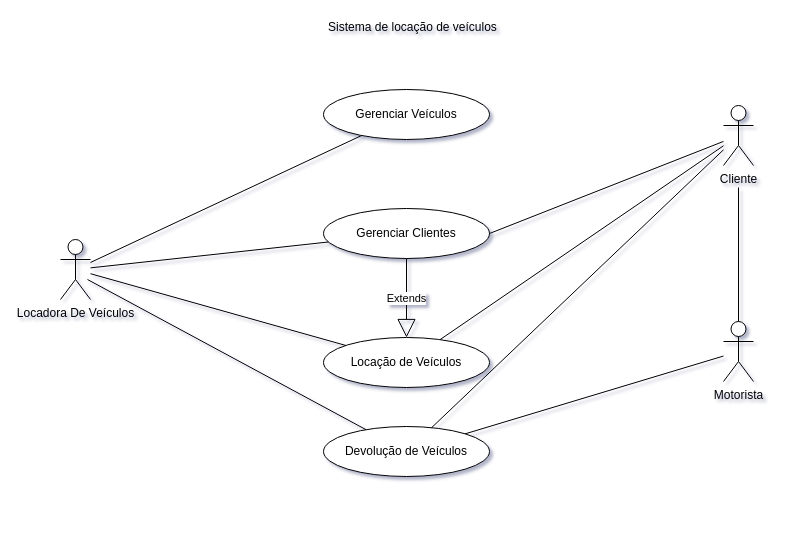
Before: Caso de uso/Caso de uso.drawio in jhonathandosreis/projetoLocacaoDeVeiculos, a draw.io diagram. Source tidied: cells renumbered, new cells numbered last; positions are measured from the earlier drawing's top-left corner, leaving out a move shared by most shapes. Both pictures are drawn from the tidied source at 100%, with x=0, y=0 at pixel (60, 17).
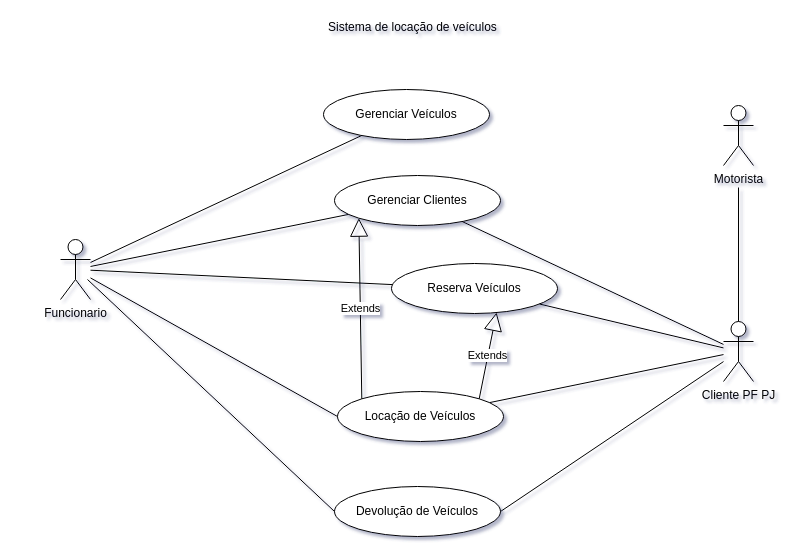
The same diagram, later.

The edit, as a diff of the source:
```diff
@@
-    <mxCell id="2" value="Cliente&lt;br&gt;" style="shape=umlActor;verticalLabelPosition=bottom;verticalAlign=top;html=1;outlineConnect=0;" parent="1" vertex="1">
+    <mxCell id="2" value="Motorista" style="shape=umlActor;verticalLabelPosition=bottom;verticalAlign=top;html=1;outlineConnect=0;" parent="1" vertex="1">
       <mxGeometry x="663" y="88" width="30" height="60" as="geometry" />
     </mxCell>
-    <mxCell id="3" value="Motorista&lt;br&gt;" style="shape=umlActor;verticalLabelPosition=bottom;verticalAlign=top;html=1;outlineConnect=0;sketch=0;" parent="1" vertex="1">
+    <mxCell id="3" value="Cliente PF PJ&lt;br&gt;" style="shape=umlActor;verticalLabelPosition=bottom;verticalAlign=top;html=1;outlineConnect=0;sketch=0;" parent="1" vertex="1">
       <mxGeometry x="663" y="304" width="30" height="60" as="geometry" />
     </mxCell>
-    <mxCell id="4" value="Locadora De Veículos&lt;br&gt;" style="shape=umlActor;verticalLabelPosition=bottom;verticalAlign=top;html=1;outlineConnect=0;sketch=0;" parent="1" vertex="1">
+    <mxCell id="4" value="Funcionario" style="shape=umlActor;verticalLabelPosition=bottom;verticalAlign=top;html=1;outlineConnect=0;sketch=0;" parent="1" vertex="1">
       <mxGeometry y="222" width="30" height="60" as="geometry" />
     </mxCell>
@@
     <mxCell id="7" value="Gerenciar Clientes&lt;br&gt;" style="ellipse;whiteSpace=wrap;html=1;sketch=0;" parent="1" vertex="1">
-      <mxGeometry x="263" y="191" width="166" height="50" as="geometry" />
+      <mxGeometry x="274" y="158" width="166" height="50" as="geometry" />
     </mxCell>
     <mxCell id="8" value="Locação de Veículos" style="ellipse;whiteSpace=wrap;html=1;sketch=0;" parent="1" vertex="1">
-      <mxGeometry x="263" y="320" width="166" height="50" as="geometry" />
+      <mxGeometry x="277" y="374" width="166" height="50" as="geometry" />
     </mxCell>
     <mxCell id="9" value="Devolução de Veículos&lt;br&gt;" style="ellipse;whiteSpace=wrap;html=1;sketch=0;" parent="1" vertex="1">
-      <mxGeometry x="263" y="409" width="166" height="50" as="geometry" />
+      <mxGeometry x="274" y="469" width="166" height="50" as="geometry" />
     </mxCell>
-    <mxCell id="10" value="Extends" style="endArrow=block;endSize=16;endFill=0;html=1;" parent="1" edge="1" source="7" target="8">
-      <mxGeometry relative="1" as="geometry" />
-    </mxCell>
@@
-    <mxCell id="13" style="endArrow=none;html=1;" parent="1" edge="1" source="4" target="8">
+    <mxCell id="13" style="endArrow=none;html=1;entryX=0;entryY=0.5;entryDx=0;entryDy=0;" parent="1" edge="1" source="4" target="8">
       <mxGeometry relative="1" as="geometry" />
     </mxCell>
-    <mxCell id="14" style="endArrow=none;html=1;" parent="1" edge="1" target="9">
+    <mxCell id="14" style="endArrow=none;html=1;entryX=0;entryY=0.5;entryDx=0;entryDy=0;" parent="1" edge="1" target="9">
       <mxGeometry relative="1" as="geometry">
         <mxPoint x="27" y="262" as="sourcePoint" />
       </mxGeometry>
     </mxCell>
-    <mxCell id="15" style="endArrow=none;html=1;entryX=1;entryY=0.5;entryDx=0;entryDy=0;" parent="1" edge="1" source="2" target="7">
+    <mxCell id="15" style="endArrow=none;html=1;" parent="1" edge="1" source="3" target="7">
       <mxGeometry relative="1" as="geometry" />
     </mxCell>
-    <mxCell id="16" style="endArrow=none;html=1;" parent="1" edge="1" source="8" target="2">
+    <mxCell id="16" style="endArrow=none;html=1;" parent="1" edge="1" source="8" target="3">
       <mxGeometry relative="1" as="geometry" />
     </mxCell>
-    <mxCell id="17" style="endArrow=none;html=1;" parent="1" edge="1" source="9" target="2">
-      <mxGeometry relative="1" as="geometry" />
-    </mxCell>
-    <mxCell id="18" style="endArrow=none;html=1;" parent="1" edge="1" source="3" target="9">
+    <mxCell id="18" style="endArrow=none;html=1;entryX=1;entryY=0.5;entryDx=0;entryDy=0;" parent="1" edge="1" source="3" target="9">
       <mxGeometry relative="1" as="geometry" />
     </mxCell>
@@
+    <mxCell id="20" value="Reserva Veículos&lt;br&gt;" style="ellipse;whiteSpace=wrap;html=1;sketch=0;" parent="1" vertex="1">
+      <mxGeometry x="331" y="246" width="166" height="50" as="geometry" />
+    </mxCell>
+    <mxCell id="21" style="endArrow=none;html=1;" parent="1" edge="1" source="3" target="20">
+      <mxGeometry relative="1" as="geometry" />
+    </mxCell>
+    <mxCell id="22" style="endArrow=none;html=1;" parent="1" edge="1" source="4" target="20">
+      <mxGeometry relative="1" as="geometry" />
+    </mxCell>
+    <mxCell id="23" value="Extends" style="endArrow=block;endSize=16;endFill=0;html=1;entryX=0;entryY=1;entryDx=0;entryDy=0;exitX=0;exitY=0;exitDx=0;exitDy=0;" parent="1" edge="1" source="8" target="7">
+      <mxGeometry relative="1" as="geometry" />
+    </mxCell>
+    <mxCell id="24" value="Extends" style="endArrow=block;endSize=16;endFill=0;html=1;entryX=0.633;entryY=0.98;entryDx=0;entryDy=0;entryPerimeter=0;exitX=1;exitY=0;exitDx=0;exitDy=0;" parent="1" edge="1" source="8" target="20">
+      <mxGeometry relative="1" as="geometry" />
+    </mxCell>
```
